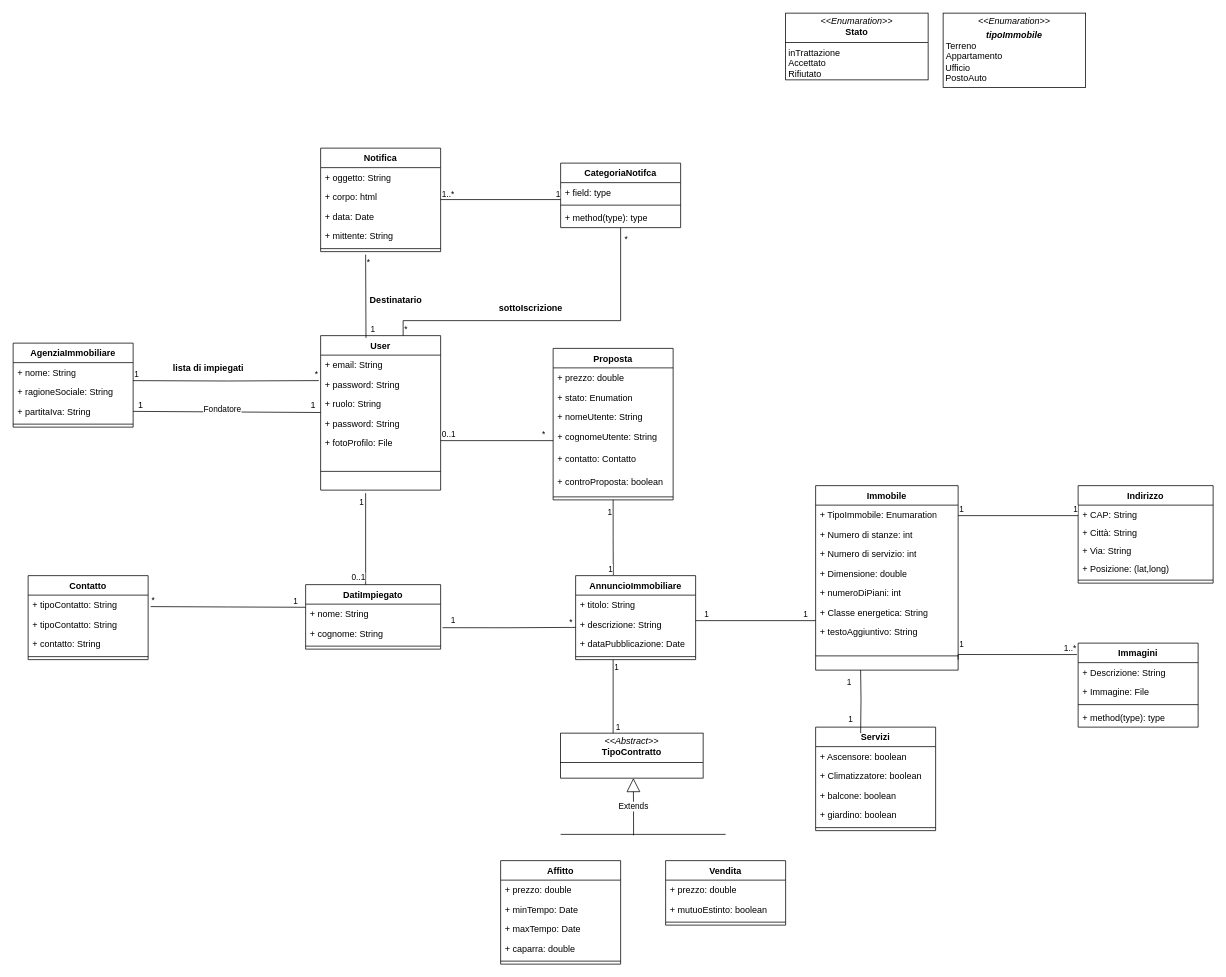
Above: diagrammi/diagramma delle classi.drawio in Sperob98/Documentazione-DietiEstates25 (draw.io), before the change. Source tidied: cells renumbered, new cells numbered last; positions are measured from the earlier drawing's top-left corner, leaving out a move shared by most shapes. Both pictures are drawn from the tidied source at 75%, with x=0, y=0 at pixel (13, 13).
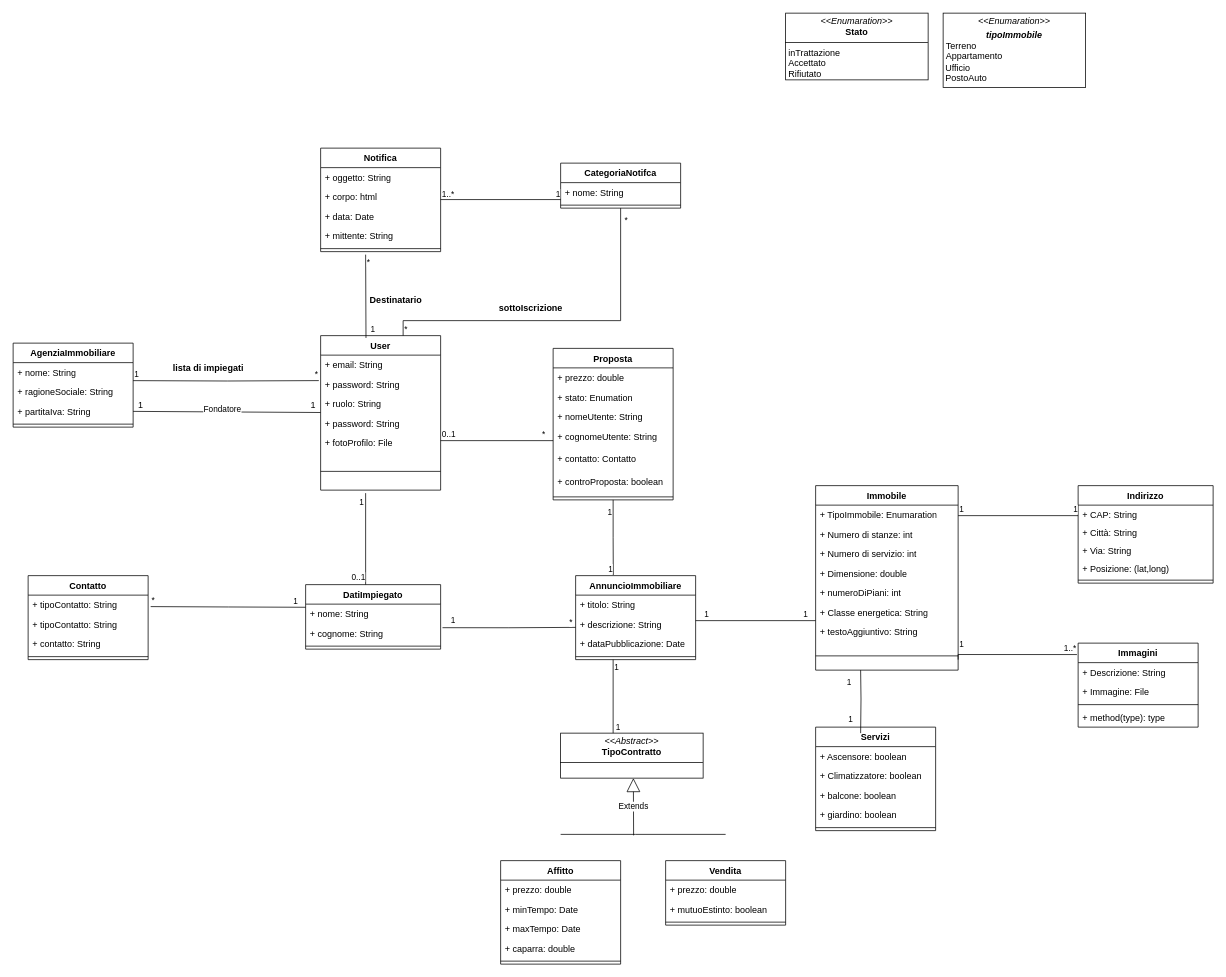
The same diagram, later.

The edit, as a diff of the source:
```diff
@@
     <mxCell id="126" value="CategoriaNotifca" style="swimlane;fontStyle=1;align=center;verticalAlign=top;horizontal=1;startSize=26;whiteSpace=wrap;html=1;" parent="1" vertex="1">
-      <mxGeometry x="730" y="200" width="160" height="86" as="geometry" />
+      <mxGeometry x="730" y="200" width="160" height="60" as="geometry" />
     </mxCell>
-    <mxCell id="127" value="+ field: type" style="text;strokeColor=none;fillColor=none;align=left;verticalAlign=top;spacingLeft=4;spacingRight=4;overflow=hidden;whiteSpace=wrap;html=1;" parent="126" vertex="1">
+    <mxCell id="127" value="+ nome: String" style="text;strokeColor=none;fillColor=none;align=left;verticalAlign=top;spacingLeft=4;spacingRight=4;overflow=hidden;whiteSpace=wrap;html=1;" parent="126" vertex="1">
       <mxGeometry y="26" width="160" height="26" as="geometry" />
     </mxCell>
@@
-    <mxCell id="129" value="+ method(type): type" style="text;strokeColor=none;fillColor=none;align=left;verticalAlign=top;spacingLeft=4;spacingRight=4;overflow=hidden;whiteSpace=wrap;html=1;" parent="126" vertex="1">
-      <mxGeometry y="60" width="160" height="26" as="geometry" />
-    </mxCell>
```
